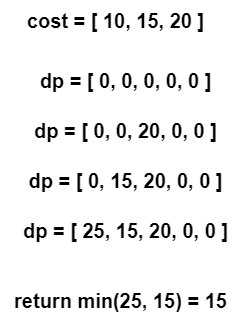
This is Python3/img/MinCostClimbingStairs.png from ashiven/leetcode-solutions, a draw.io export, as it was before one commit. Source tidied: cells renumbered, new cells last; positions are measured from the earlier drawing's top-left corner, leaving out a move shared by most shapes. The source it was exported from:
```xml
<mxGraphModel>
  <root>
    <mxCell id="0" />
    <mxCell id="1" parent="0" />
    <mxCell id="2" value="dp = [ 0, 0, 0, 0, 0 ]" style="text;html=1;align=center;verticalAlign=middle;strokeColor=none;fillColor=none;fontSize=20;fontStyle=1;" parent="1" vertex="1">
      <mxGeometry x="25" y="60" width="200" height="40" as="geometry" />
    </mxCell>
    <mxCell id="3" value="cost = [ 10, 15, 20 ]" style="text;html=1;align=center;verticalAlign=middle;strokeColor=none;fillColor=none;fontSize=20;fontStyle=1;" parent="1" vertex="1">
      <mxGeometry x="15" width="200" height="40" as="geometry" />
    </mxCell>
    <mxCell id="4" value="dp = [ 0, 0, 20, 0, 0 ]" style="text;html=1;align=center;verticalAlign=middle;strokeColor=none;fillColor=none;fontSize=20;fontStyle=1;" parent="1" vertex="1">
      <mxGeometry x="20" y="110" width="210" height="40" as="geometry" />
    </mxCell>
    <mxCell id="5" value="dp = [ 0, 15, 20, 0, 0 ]" style="text;html=1;align=center;verticalAlign=middle;strokeColor=none;fillColor=none;fontSize=20;fontStyle=1;" parent="1" vertex="1">
      <mxGeometry x="15" y="160" width="220" height="40" as="geometry" />
    </mxCell>
    <mxCell id="6" value="dp = [ 25, 15, 20, 0, 0 ]" style="text;html=1;align=center;verticalAlign=middle;strokeColor=none;fillColor=none;fontSize=20;fontStyle=1;" parent="1" vertex="1">
      <mxGeometry x="10" y="210" width="230" height="40" as="geometry" />
    </mxCell>
    <mxCell id="7" value="return min(25, 15) = 15" style="text;html=1;align=center;verticalAlign=middle;strokeColor=none;fillColor=none;fontSize=20;fontStyle=1;" parent="1" vertex="1">
      <mxGeometry y="280" width="240" height="40" as="geometry" />
    </mxCell>
  </root>
</mxGraphModel>
```
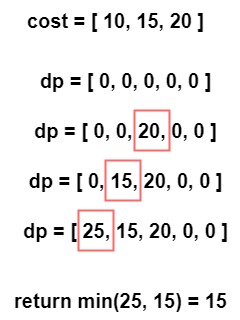
Above is the later version.

Change to the diagram source:
```diff
@@ -20,5 +20,14 @@
     <mxCell id="7" value="return min(25, 15) = 15" style="text;html=1;align=center;verticalAlign=middle;strokeColor=none;fillColor=none;fontSize=20;fontStyle=1;" parent="1" vertex="1">
       <mxGeometry y="280" width="240" height="40" as="geometry" />
     </mxCell>
+    <mxCell id="8" style="rounded=0;whiteSpace=wrap;html=1;fillColor=none;strokeColor=#FF6666;strokeWidth=2;" parent="1" vertex="1">
+      <mxGeometry x="134" y="110" width="35" height="40" as="geometry" />
+    </mxCell>
+    <mxCell id="9" style="rounded=0;whiteSpace=wrap;html=1;fillColor=none;strokeColor=#FF6666;strokeWidth=2;" parent="1" vertex="1">
+      <mxGeometry x="105" y="160" width="35" height="40" as="geometry" />
+    </mxCell>
+    <mxCell id="10" style="rounded=0;whiteSpace=wrap;html=1;fillColor=none;strokeColor=#FF6666;strokeWidth=2;" parent="1" vertex="1">
+      <mxGeometry x="78" y="210" width="35" height="40" as="geometry" />
+    </mxCell>
   </root>
 </mxGraphModel>
```
